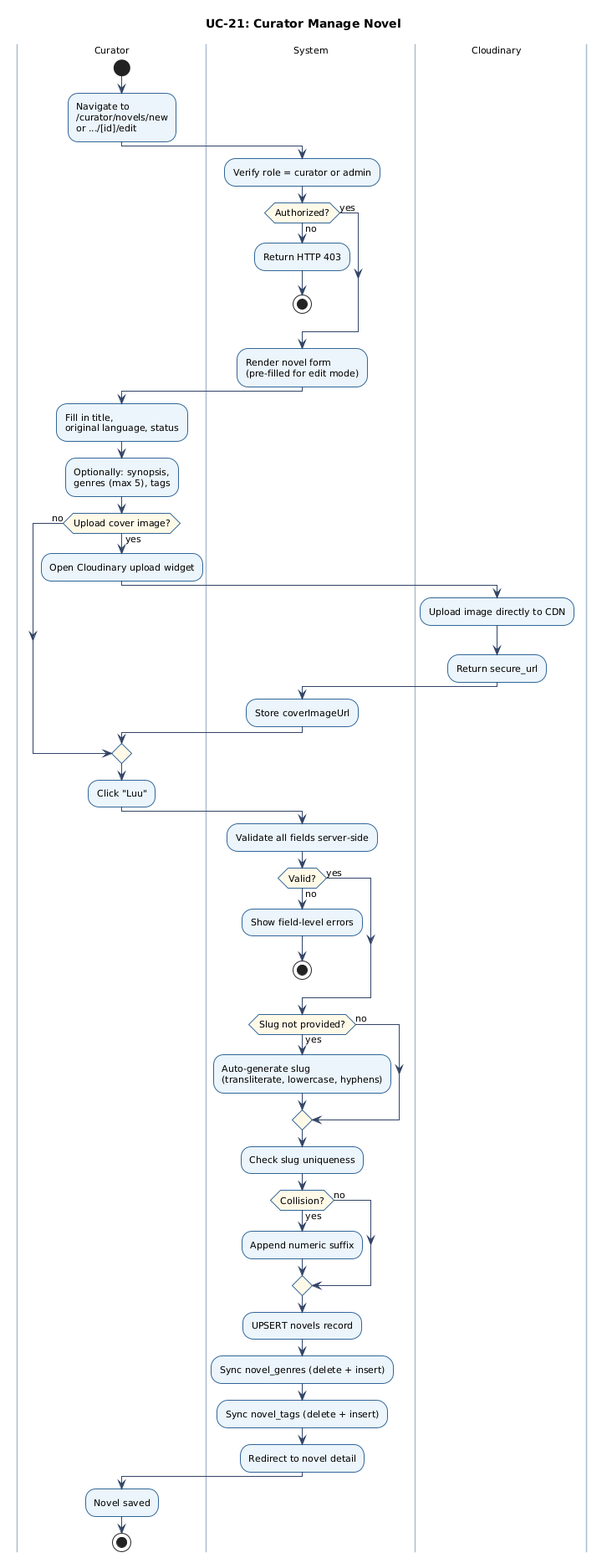
Earlier version of the PlantUML export docs/figures/uc-21-activity.png (chinhbmt122/Software-Architecture).
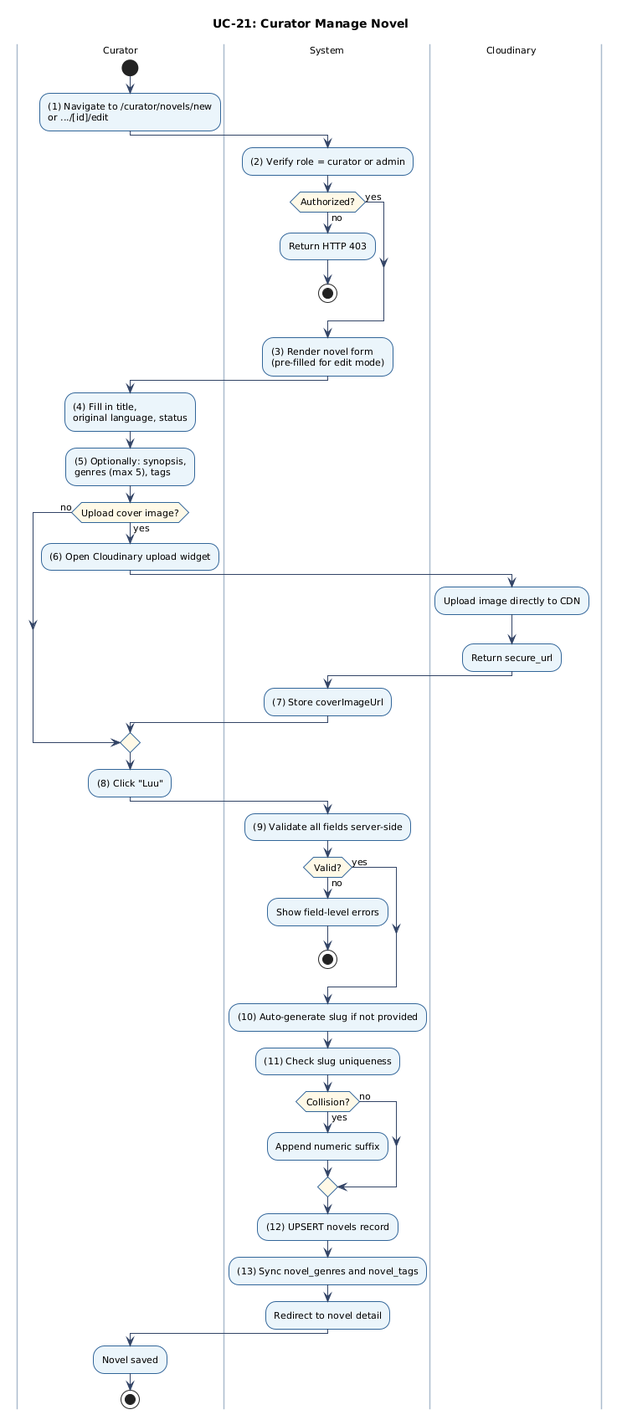
The same diagram one commit later.

Change to the diagram source:
```diff
@@ -15,48 +15,44 @@
 title UC-21: Curator Manage Novel
 |Curator|
 start
-:Navigate to\n/curator/novels/new\nor .../[id]/edit;
+:(1) Navigate to /curator/novels/new\nor .../[id]/edit;
 |System|
-:Verify role = curator or admin;
+:(2) Verify role = curator or admin;
 if (Authorized?) then (no)
   :Return HTTP 403;
   stop
 else (yes)
 endif
-:Render novel form\n(pre-filled for edit mode);
+:(3) Render novel form\n(pre-filled for edit mode);
 |Curator|
-:Fill in title,\noriginal language, status;
-:Optionally: synopsis,\ngenres (max 5), tags;
+:(4) Fill in title,\noriginal language, status;
+:(5) Optionally: synopsis,\ngenres (max 5), tags;
 if (Upload cover image?) then (yes)
-  :Open Cloudinary upload widget;
+  :(6) Open Cloudinary upload widget;
   |Cloudinary|
   :Upload image directly to CDN;
   :Return secure_url;
   |System|
-  :Store coverImageUrl;
+  :(7) Store coverImageUrl;
   |Curator|
 else (no)
 endif
-:Click "Luu";
+:(8) Click "Luu";
 |System|
-:Validate all fields server-side;
+:(9) Validate all fields server-side;
 if (Valid?) then (no)
   :Show field-level errors;
   stop
 else (yes)
 endif
-if (Slug not provided?) then (yes)
-  :Auto-generate slug\n(transliterate, lowercase, hyphens);
-else (no)
-endif
-:Check slug uniqueness;
+:(10) Auto-generate slug if not provided;
+:(11) Check slug uniqueness;
 if (Collision?) then (yes)
   :Append numeric suffix;
 else (no)
 endif
-:UPSERT novels record;
-:Sync novel_genres (delete + insert);
-:Sync novel_tags (delete + insert);
+:(12) UPSERT novels record;
+:(13) Sync novel_genres and novel_tags;
 :Redirect to novel detail;
 |Curator|
 :Novel saved;
```
